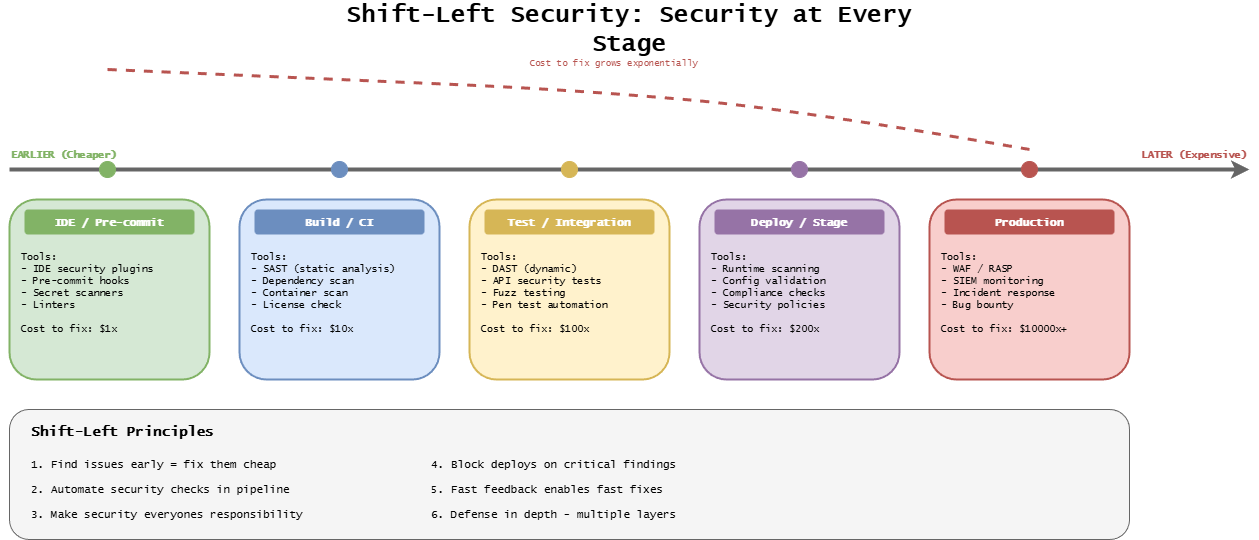
Earlier version of the draw.io export docs/assets/assisted/14-shift-left-security.drawio.png (ready-to-release/eac). Source tidied: cells renumbered, new cells last; positions are measured from the earlier drawing's top-left corner, leaving out a move shared by most shapes.
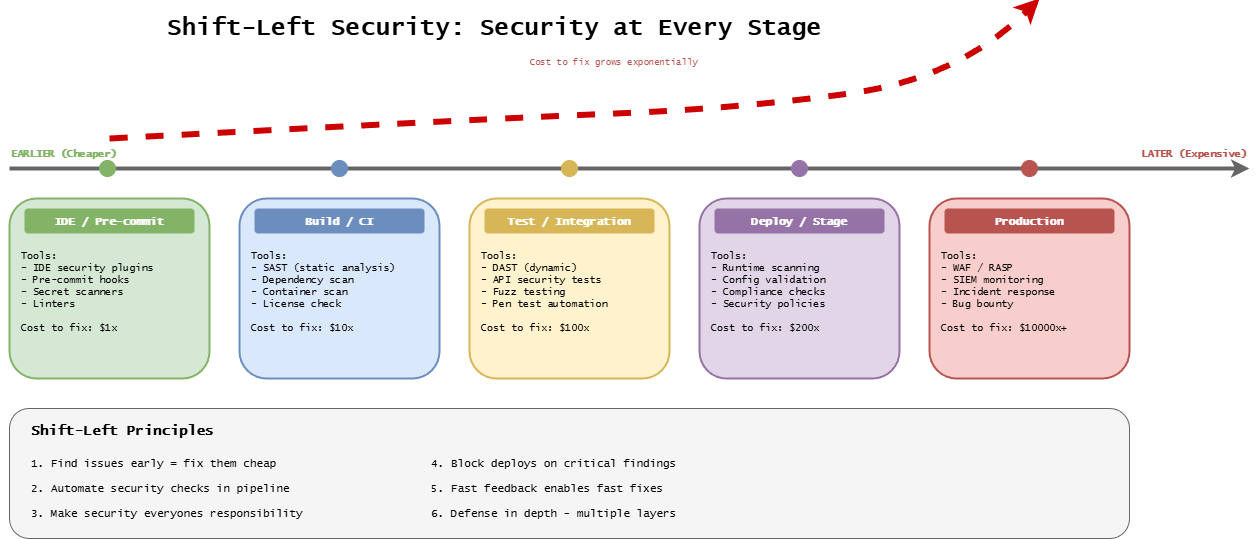
The same diagram one commit later.

Change to the diagram source:
```diff
@@ -3,7 +3,7 @@
     <mxCell id="0" />
     <mxCell id="1" parent="0" />
     <mxCell id="2" value="Shift-Left Security: Security at Every Stage" style="text;html=1;strokeColor=none;fillColor=none;align=center;verticalAlign=middle;whiteSpace=wrap;rounded=0;fontFamily=Lucida Console;fontStyle=1;fontSize=24;" parent="1" vertex="1">
-      <mxGeometry x="320" width="600" height="40" as="geometry" />
+      <mxGeometry x="50" width="870" height="40" as="geometry" />
     </mxCell>
     <mxCell id="3" style="endArrow=classic;html=1;strokeWidth=4;strokeColor=#666666;" parent="1" edge="1">
       <mxGeometry relative="1" as="geometry">
@@ -77,14 +77,14 @@
     <mxCell id="25" style="ellipse;whiteSpace=wrap;html=1;fillColor=#b85450;strokeColor=#b85450;" parent="1" vertex="1">
       <mxGeometry x="1012" y="152" width="16" height="16" as="geometry" />
     </mxCell>
-    <mxCell id="26" style="curved=1;endArrow=none;html=1;strokeWidth=3;strokeColor=#b85450;dashed=1;" parent="1" edge="1">
+    <mxCell id="26" style="curved=1;endArrow=classic;html=1;strokeWidth=6;strokeColor=#CC0000;dashed=1;endFill=0;fillColor=#f8cecc;" parent="1" edge="1">
       <mxGeometry relative="1" as="geometry">
-        <mxPoint x="98" y="60" as="sourcePoint" />
-        <mxPoint x="1020" y="140" as="targetPoint" />
+        <mxPoint x="100" y="130" as="sourcePoint" />
+        <mxPoint x="1030" y="-10" as="targetPoint" />
         <Array as="points">
-          <mxPoint x="330" y="70" />
-          <mxPoint x="560" y="80" />
-          <mxPoint x="790" y="100" />
+          <mxPoint x="482" y="110" />
+          <mxPoint x="730" y="100" />
+          <mxPoint x="950" y="70" />
         </Array>
       </mxGeometry>
     </mxCell>
```
